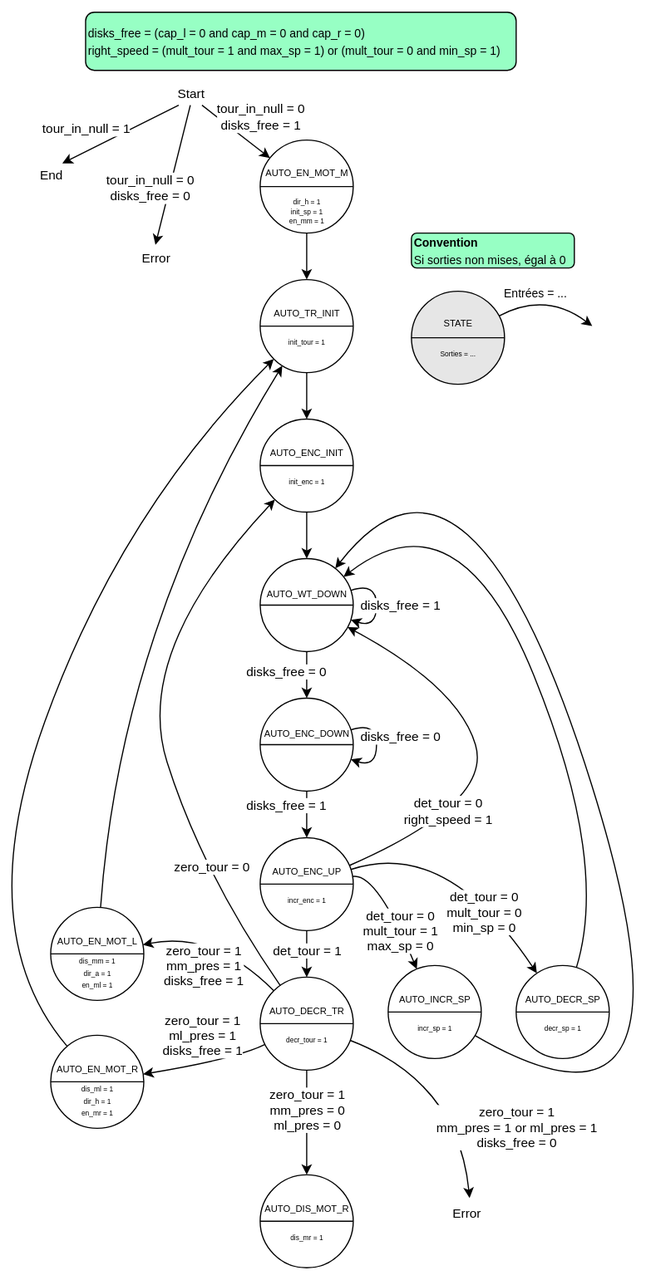
The draw.io diagram doc/images/state_auto_sequence.svg in Schokiiiiiiii/csn26, before a commit. Source tidied: cells renumbered, new cells last; positions are measured from the earlier drawing's top-left corner, leaving out a move shared by most shapes.
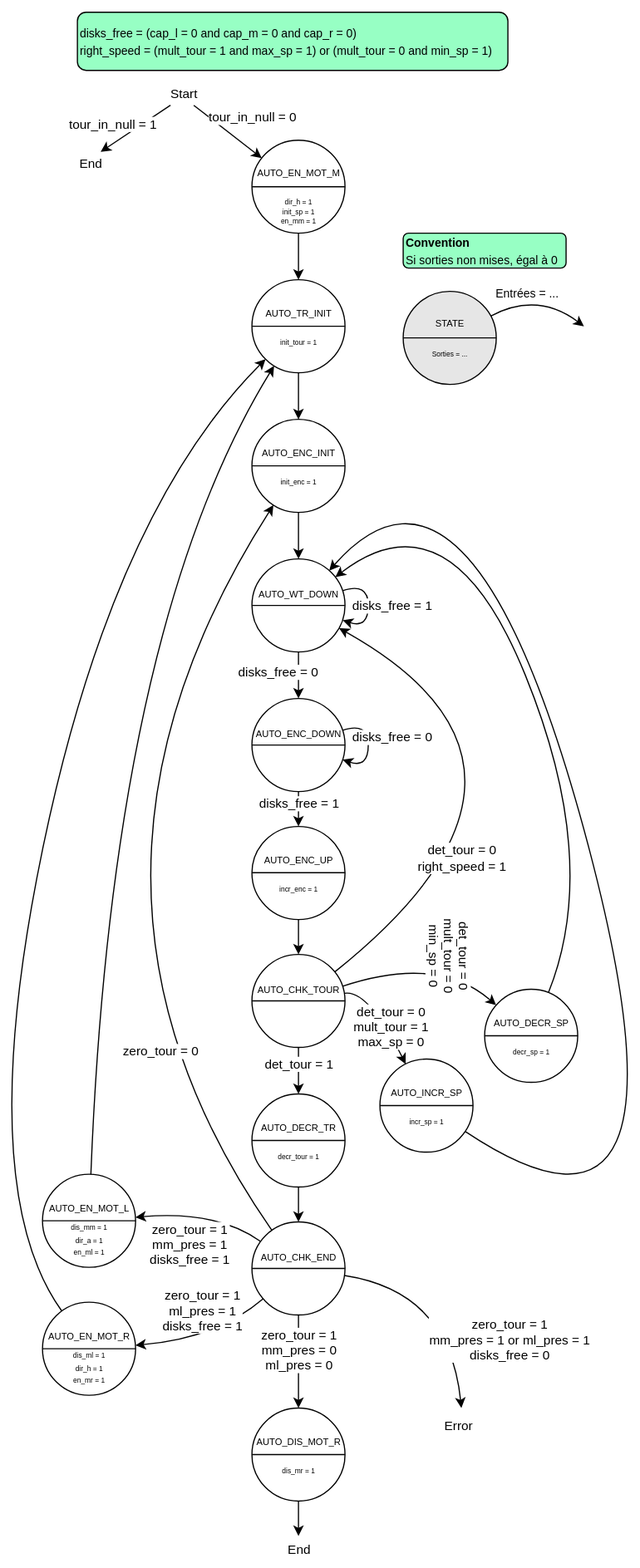
The same file after the commit.

Diff of the diagram source:
```diff
@@ -46,38 +46,22 @@
     <mxCell id="12" style="endArrow=classic;html=1;rounded=0;" parent="1" edge="1">
       <mxGeometry relative="1" as="geometry">
         <mxPoint x="180" y="80" as="sourcePoint" />
-        <mxPoint x="80" y="130" as="targetPoint" />
+        <mxPoint x="120" y="120" as="targetPoint" />
       </mxGeometry>
     </mxCell>
     <mxCell id="13" value="End" style="edgeLabel;html=1;align=center;verticalAlign=middle;" parent="12" vertex="1">
       <mxGeometry x="-0.03" y="-3" relative="1" as="geometry">
-        <mxPoint x="-60" y="38" as="offset" />
+        <mxPoint x="-39" y="33" as="offset" />
       </mxGeometry>
     </mxCell>
     <mxCell id="14" value="tour_in_null = 1" style="edgeLabel;html=1;align=center;verticalAlign=middle;" parent="12" vertex="1">
       <mxGeometry x="0.04" y="-2" relative="1" as="geometry">
-        <mxPoint x="-27" y="-4" as="offset" />
+        <mxPoint x="-18" y="-4" as="offset" />
       </mxGeometry>
     </mxCell>
-    <mxCell id="15" value="tour_in_null = 0&lt;br&gt;&lt;div&gt;disks_free = 1&lt;/div&gt;" style="edgeLabel;html=1;align=center;verticalAlign=middle;" parent="1" vertex="1">
+    <mxCell id="15" value="tour_in_null = 0" style="edgeLabel;html=1;align=center;verticalAlign=middle;" parent="1" vertex="1">
       <mxGeometry x="250" y="90" as="geometry" />
     </mxCell>
-    <mxCell id="16" style="endArrow=classic;html=1;rounded=0;" parent="1" edge="1">
-      <mxGeometry relative="1" as="geometry">
-        <mxPoint x="190" y="80" as="sourcePoint" />
-        <mxPoint x="160" y="200" as="targetPoint" />
-      </mxGeometry>
-    </mxCell>
-    <mxCell id="17" value="tour_in_null = 0&lt;div&gt;disks_free = 0&lt;/div&gt;" style="edgeLabel;html=1;align=center;verticalAlign=middle;" parent="16" vertex="1">
-      <mxGeometry x="-0.28" y="-2" relative="1" as="geometry">
-        <mxPoint x="-22" y="28" as="offset" />
-      </mxGeometry>
-    </mxCell>
-    <mxCell id="18" value="Error" style="edgeLabel;html=1;align=center;verticalAlign=middle;" parent="16" vertex="1">
-      <mxGeometry x="0.86" relative="1" as="geometry">
-        <mxPoint x="-2" y="19" as="offset" />
-      </mxGeometry>
-    </mxCell>
     <mxCell id="19" value="&lt;div style=&quot;line-height: 90%;&quot;&gt;&lt;span style=&quot;font-size: 8px; background-color: transparent; color: light-dark(rgb(0, 0, 0), rgb(255, 255, 255));&quot;&gt;AUTO_TR_INIT&lt;/span&gt;&lt;/div&gt;&lt;div style=&quot;line-height: 90%;&quot;&gt;&lt;span style=&quot;font-size: 8px; background-color: transparent; color: light-dark(rgb(0, 0, 0), rgb(255, 255, 255));&quot;&gt;&lt;br&gt;&lt;/span&gt;&lt;/div&gt;&lt;div style=&quot;line-height: 70%;&quot;&gt;&lt;span style=&quot;font-size: 6px;&quot;&gt;init_tour = 1&lt;/span&gt;&lt;/div&gt;" style="ellipse;whiteSpace=wrap;html=1;" parent="1" vertex="1">
       <mxGeometry x="250" y="230" width="80" height="80" as="geometry" />
     </mxCell>
@@ -96,44 +80,44 @@
     <mxCell id="24" style="endArrow=none;html=1;rounded=0;exitX=0;exitY=0.5;exitDx=0;exitDy=0;entryX=1;entryY=0.5;entryDx=0;entryDy=0;" parent="1" edge="1" source="23" target="23">
       <mxGeometry relative="1" as="geometry" />
     </mxCell>
-    <mxCell id="25" value="&lt;div style=&quot;line-height: 90%;&quot;&gt;&lt;span style=&quot;font-size: 8px;&quot;&gt;AUTO_ENC_UP&lt;/span&gt;&lt;/div&gt;&lt;div style=&quot;line-height: 90%;&quot;&gt;&lt;span style=&quot;font-size: 8px; background-color: transparent; color: light-dark(rgb(0, 0, 0), rgb(255, 255, 255));&quot;&gt;&lt;br&gt;&lt;/span&gt;&lt;/div&gt;&lt;div style=&quot;line-height: 70%;&quot;&gt;&lt;span style=&quot;font-size: 6px;&quot;&gt;incr_enc = 1&lt;/span&gt;&lt;/div&gt;" style="ellipse;whiteSpace=wrap;html=1;" parent="1" vertex="1">
-      <mxGeometry x="250" y="710" width="80" height="80" as="geometry" />
+    <mxCell id="25" value="&lt;div style=&quot;line-height: 90%;&quot;&gt;&lt;span style=&quot;font-size: 8px;&quot;&gt;AUTO_CHK_TOUR&lt;/span&gt;&lt;/div&gt;&lt;div style=&quot;line-height: 90%;&quot;&gt;&lt;span style=&quot;font-size: 8px; background-color: transparent; color: light-dark(rgb(0, 0, 0), rgb(255, 255, 255));&quot;&gt;&lt;br&gt;&lt;/span&gt;&lt;/div&gt;&lt;div style=&quot;line-height: 70%;&quot;&gt;&lt;br&gt;&lt;/div&gt;" style="ellipse;whiteSpace=wrap;html=1;" parent="1" vertex="1">
+      <mxGeometry x="250" y="810" width="80" height="80" as="geometry" />
     </mxCell>
     <mxCell id="26" style="endArrow=none;html=1;rounded=0;exitX=0;exitY=0.5;exitDx=0;exitDy=0;entryX=1;entryY=0.5;entryDx=0;entryDy=0;" parent="1" edge="1" source="25" target="25">
       <mxGeometry relative="1" as="geometry" />
     </mxCell>
-    <mxCell id="27" value="&lt;div style=&quot;line-height: 90%;&quot;&gt;&lt;span style=&quot;font-size: 8px;&quot;&gt;AUTO_DECR_TR&lt;/span&gt;&lt;/div&gt;&lt;div style=&quot;line-height: 90%;&quot;&gt;&lt;span style=&quot;font-size: 8px; background-color: transparent; color: light-dark(rgb(0, 0, 0), rgb(255, 255, 255));&quot;&gt;&lt;br&gt;&lt;/span&gt;&lt;/div&gt;&lt;div style=&quot;line-height: 70%;&quot;&gt;&lt;span style=&quot;font-size: 6px;&quot;&gt;decr_tour = 1&lt;/span&gt;&lt;/div&gt;" style="ellipse;whiteSpace=wrap;html=1;" parent="1" vertex="1">
-      <mxGeometry x="250" y="830" width="80" height="80" as="geometry" />
+    <mxCell id="27" value="&lt;div style=&quot;line-height: 90%;&quot;&gt;&lt;span style=&quot;font-size: 8px;&quot;&gt;AUTO_CHK_END&lt;/span&gt;&lt;/div&gt;&lt;div style=&quot;line-height: 90%;&quot;&gt;&lt;span style=&quot;font-size: 8px; background-color: transparent; color: light-dark(rgb(0, 0, 0), rgb(255, 255, 255));&quot;&gt;&lt;br&gt;&lt;/span&gt;&lt;/div&gt;&lt;div style=&quot;line-height: 70%;&quot;&gt;&lt;br&gt;&lt;/div&gt;" style="ellipse;whiteSpace=wrap;html=1;" parent="1" vertex="1">
+      <mxGeometry x="250" y="1040" width="80" height="80" as="geometry" />
     </mxCell>
     <mxCell id="28" style="endArrow=none;html=1;rounded=0;exitX=0;exitY=0.5;exitDx=0;exitDy=0;entryX=1;entryY=0.5;entryDx=0;entryDy=0;" parent="1" edge="1" source="27" target="27">
       <mxGeometry relative="1" as="geometry" />
     </mxCell>
     <mxCell id="29" value="&lt;div style=&quot;line-height: 90%;&quot;&gt;&lt;span style=&quot;font-size: 8px;&quot;&gt;AUTO_INCR_SP&lt;/span&gt;&lt;/div&gt;&lt;div style=&quot;line-height: 90%;&quot;&gt;&lt;span style=&quot;font-size: 8px; background-color: transparent; color: light-dark(rgb(0, 0, 0), rgb(255, 255, 255));&quot;&gt;&lt;br&gt;&lt;/span&gt;&lt;/div&gt;&lt;div style=&quot;line-height: 70%;&quot;&gt;&lt;span style=&quot;font-size: 6px;&quot;&gt;incr_sp = 1&lt;/span&gt;&lt;/div&gt;" style="ellipse;whiteSpace=wrap;html=1;" parent="1" vertex="1">
-      <mxGeometry x="360" y="820" width="80" height="80" as="geometry" />
+      <mxGeometry x="360" y="900" width="80" height="80" as="geometry" />
     </mxCell>
     <mxCell id="30" style="endArrow=none;html=1;rounded=0;exitX=0;exitY=0.5;exitDx=0;exitDy=0;entryX=1;entryY=0.5;entryDx=0;entryDy=0;" parent="1" edge="1" source="29" target="29">
       <mxGeometry relative="1" as="geometry" />
     </mxCell>
     <mxCell id="31" value="&lt;div style=&quot;line-height: 90%;&quot;&gt;&lt;span style=&quot;font-size: 8px;&quot;&gt;AUTO_DECR_SP&lt;/span&gt;&lt;/div&gt;&lt;div style=&quot;line-height: 90%;&quot;&gt;&lt;span style=&quot;font-size: 8px; background-color: transparent; color: light-dark(rgb(0, 0, 0), rgb(255, 255, 255));&quot;&gt;&lt;br&gt;&lt;/span&gt;&lt;/div&gt;&lt;div style=&quot;line-height: 70%;&quot;&gt;&lt;span style=&quot;font-size: 6px;&quot;&gt;decr_sp = 1&lt;/span&gt;&lt;/div&gt;" style="ellipse;whiteSpace=wrap;html=1;" parent="1" vertex="1">
-      <mxGeometry x="470" y="820" width="80" height="80" as="geometry" />
+      <mxGeometry x="450" y="840" width="80" height="80" as="geometry" />
     </mxCell>
     <mxCell id="32" style="endArrow=none;html=1;rounded=0;exitX=0;exitY=0.5;exitDx=0;exitDy=0;entryX=1;entryY=0.5;entryDx=0;entryDy=0;" parent="1" edge="1" source="31" target="31">
       <mxGeometry relative="1" as="geometry" />
     </mxCell>
     <mxCell id="33" value="&lt;div style=&quot;line-height: 90%;&quot;&gt;&lt;span style=&quot;font-size: 8px;&quot;&gt;AUTO_DIS_MOT_R&lt;/span&gt;&lt;/div&gt;&lt;div style=&quot;line-height: 90%;&quot;&gt;&lt;span style=&quot;font-size: 8px; background-color: transparent; color: light-dark(rgb(0, 0, 0), rgb(255, 255, 255));&quot;&gt;&lt;br&gt;&lt;/span&gt;&lt;/div&gt;&lt;div style=&quot;line-height: 70%;&quot;&gt;&lt;span style=&quot;font-size: 6px;&quot;&gt;dis_mr = 1&lt;/span&gt;&lt;/div&gt;" style="ellipse;whiteSpace=wrap;html=1;" parent="1" vertex="1">
-      <mxGeometry x="250" y="1000" width="80" height="80" as="geometry" />
+      <mxGeometry x="250" y="1200" width="80" height="80" as="geometry" />
     </mxCell>
     <mxCell id="34" style="endArrow=none;html=1;rounded=0;exitX=0;exitY=0.5;exitDx=0;exitDy=0;entryX=1;entryY=0.5;entryDx=0;entryDy=0;" parent="1" edge="1" source="33" target="33">
       <mxGeometry relative="1" as="geometry" />
     </mxCell>
     <mxCell id="35" value="&lt;div style=&quot;line-height: 90%;&quot;&gt;&lt;br&gt;&lt;/div&gt;&lt;div style=&quot;line-height: 90%;&quot;&gt;&lt;div style=&quot;line-height: 10.8px;&quot;&gt;&lt;span style=&quot;font-size: 8px; line-height: 20px;&quot;&gt;AUTO_EN_MOT_R&lt;/span&gt;&lt;/div&gt;&lt;div style=&quot;line-height: 8.4px;&quot;&gt;&lt;span style=&quot;font-size: 6px;&quot;&gt;dis_ml = 1&lt;/span&gt;&lt;/div&gt;&lt;div style=&quot;line-height: 8.4px;&quot;&gt;&lt;span style=&quot;font-size: 6px;&quot;&gt;dir_h = 1&lt;/span&gt;&lt;/div&gt;&lt;div style=&quot;line-height: 8.4px;&quot;&gt;&lt;span style=&quot;font-size: 6px;&quot;&gt;en_mr = 1&lt;/span&gt;&lt;/div&gt;&lt;/div&gt;" style="ellipse;whiteSpace=wrap;html=1;" parent="1" vertex="1">
-      <mxGeometry x="70" y="880" width="80" height="80" as="geometry" />
+      <mxGeometry x="70" y="1109" width="80" height="80" as="geometry" />
     </mxCell>
     <mxCell id="36" style="endArrow=none;html=1;rounded=0;exitX=0;exitY=0.5;exitDx=0;exitDy=0;entryX=1;entryY=0.5;entryDx=0;entryDy=0;" parent="1" edge="1" source="35" target="35">
       <mxGeometry relative="1" as="geometry" />
     </mxCell>
     <mxCell id="37" value="&lt;div style=&quot;line-height: 90%;&quot;&gt;&lt;br&gt;&lt;/div&gt;&lt;div style=&quot;line-height: 90%;&quot;&gt;&lt;span style=&quot;font-size: 8px; line-height: 250%;&quot;&gt;AUTO_EN_MOT_L&lt;/span&gt;&lt;/div&gt;&lt;div style=&quot;line-height: 70%;&quot;&gt;&lt;span style=&quot;font-size: 6px;&quot;&gt;dis_mm = 1&lt;/span&gt;&lt;/div&gt;&lt;div style=&quot;line-height: 70%;&quot;&gt;&lt;span style=&quot;font-size: 6px;&quot;&gt;dir_a = 1&lt;/span&gt;&lt;/div&gt;&lt;div style=&quot;line-height: 70%;&quot;&gt;&lt;span style=&quot;font-size: 6px;&quot;&gt;en_ml = 1&lt;/span&gt;&lt;/div&gt;" style="ellipse;whiteSpace=wrap;html=1;" parent="1" vertex="1">
-      <mxGeometry x="70" y="770" width="80" height="80" as="geometry" />
+      <mxGeometry x="70" y="999" width="80" height="80" as="geometry" />
     </mxCell>
     <mxCell id="38" style="endArrow=none;html=1;rounded=0;exitX=0;exitY=0.5;exitDx=0;exitDy=0;entryX=1;entryY=0.5;entryDx=0;entryDy=0;elbow=horizontal;" parent="1" edge="1" source="37" target="37">
       <mxGeometry relative="1" as="geometry" />
@@ -156,36 +140,39 @@
         <mxPoint x="25" as="offset" />
       </mxGeometry>
     </mxCell>
-    <mxCell id="43" style="endArrow=classic;html=1;rounded=0;" parent="1" edge="1" source="23" target="25">
-      <mxGeometry relative="1" as="geometry" />
+    <mxCell id="43" style="endArrow=classic;html=1;rounded=0;" parent="1" edge="1" target="25">
+      <mxGeometry relative="1" as="geometry">
+        <mxPoint x="290" y="770" as="sourcePoint" />
+      </mxGeometry>
     </mxCell>
-    <mxCell id="44" style="endArrow=classic;html=1;rounded=0;" parent="1" edge="1" source="25" target="27">
-      <mxGeometry relative="1" as="geometry" />
+    <mxCell id="44" style="endArrow=classic;html=1;rounded=0;" parent="1" edge="1" target="27">
+      <mxGeometry relative="1" as="geometry">
+        <mxPoint x="290" y="970" as="sourcePoint" />
+      </mxGeometry>
     </mxCell>
-    <mxCell id="45" value="det_tour = 1" style="edgeLabel;html=1;align=center;verticalAlign=middle;" parent="44" vertex="1">
-      <mxGeometry x="-0.17" relative="1" as="geometry" />
-    </mxCell>
     <mxCell id="46" style="curved=1;endArrow=classic;html=1;rounded=0;" parent="1" edge="1" source="25" target="29">
       <mxGeometry relative="1" as="geometry">
         <Array as="points">
-          <mxPoint x="350" y="740" />
+          <mxPoint x="350" y="840" />
         </Array>
       </mxGeometry>
     </mxCell>
     <mxCell id="47" value="&lt;div&gt;det_tour = 0&lt;/div&gt;mult_tour = 1&lt;br&gt;&lt;div&gt;max_sp = 0&lt;/div&gt;" style="edgeLabel;html=1;align=center;verticalAlign=middle;" parent="46" vertex="1">
       <mxGeometry x="0.02" y="-5" relative="1" as="geometry">
-        <mxPoint x="11" y="15" as="offset" />
+        <mxPoint x="11" y="5" as="offset" />
       </mxGeometry>
     </mxCell>
     <mxCell id="48" style="curved=1;endArrow=classic;html=1;rounded=0;" parent="1" edge="1" source="25" target="31">
       <mxGeometry relative="1" as="geometry">
         <Array as="points">
-          <mxPoint x="410" y="710" />
+          <mxPoint x="410" y="810" />
         </Array>
       </mxGeometry>
     </mxCell>
-    <mxCell id="49" value="&lt;div&gt;det_tour = 0&lt;/div&gt;&lt;div&gt;mult_tour = 0&lt;/div&gt;&lt;div&gt;min_sp = 0&lt;/div&gt;" style="edgeLabel;html=1;align=center;verticalAlign=middle;" parent="48" vertex="1">
-      <mxGeometry x="0.39" y="-9" relative="1" as="geometry" />
+    <mxCell id="49" value="&lt;div&gt;det_tour = 0&lt;/div&gt;&lt;div&gt;mult_tour = 0&lt;/div&gt;&lt;div&gt;min_sp = 0&lt;/div&gt;" style="edgeLabel;html=1;align=center;verticalAlign=middle;rotation=90;" parent="48" vertex="1">
+      <mxGeometry x="0.39" y="-9" relative="1" as="geometry">
+        <mxPoint x="1" y="-19" as="offset" />
+      </mxGeometry>
     </mxCell>
     <mxCell id="50" value="&lt;div style=&quot;line-height: 90%;&quot;&gt;&lt;span style=&quot;font-size: 8px;&quot;&gt;AUTO_WT_DOWN&lt;/span&gt;&lt;/div&gt;&lt;div style=&quot;line-height: 90%;&quot;&gt;&lt;span style=&quot;font-size: 8px; background-color: transparent; color: light-dark(rgb(0, 0, 0), rgb(255, 255, 255));&quot;&gt;&lt;br&gt;&lt;/span&gt;&lt;/div&gt;&lt;div style=&quot;line-height: 70%;&quot;&gt;&lt;br&gt;&lt;/div&gt;" style="ellipse;whiteSpace=wrap;html=1;" parent="1" vertex="1">
       <mxGeometry x="250" y="470" width="80" height="80" as="geometry" />
@@ -214,8 +201,7 @@
     <mxCell id="56" style="curved=1;endArrow=classic;html=1;rounded=0;" parent="1" edge="1" source="25" target="50">
       <mxGeometry relative="1" as="geometry">
         <Array as="points">
-          <mxPoint x="450" y="680" />
-          <mxPoint x="420" y="580" />
+          <mxPoint x="540" y="650" />
         </Array>
       </mxGeometry>
     </mxCell>
@@ -230,8 +216,8 @@
     <mxCell id="59" style="curved=1;endArrow=classic;html=1;rounded=0;" parent="1" edge="1" source="29" target="50">
       <mxGeometry relative="1" as="geometry">
         <Array as="points">
-          <mxPoint x="640" y="1000" />
-          <mxPoint x="430" y="330" />
+          <mxPoint x="640" y="1100" />
+          <mxPoint x="440" y="340" />
         </Array>
       </mxGeometry>
     </mxCell>
@@ -246,8 +232,7 @@
     <mxCell id="61" style="curved=1;endArrow=classic;html=1;rounded=0;" parent="1" edge="1" source="27" target="21">
       <mxGeometry relative="1" as="geometry">
         <Array as="points">
-          <mxPoint x="200" y="740" />
-          <mxPoint x="140" y="550" />
+          <mxPoint x="60" y="750" />
         </Array>
       </mxGeometry>
     </mxCell>
@@ -263,7 +248,7 @@
     <mxCell id="65" style="curved=1;endArrow=classic;html=1;rounded=0;" parent="1" edge="1" source="27" target="35">
       <mxGeometry relative="1" as="geometry">
         <Array as="points">
-          <mxPoint x="230" y="900" />
+          <mxPoint x="220" y="1140" />
         </Array>
       </mxGeometry>
     </mxCell>
@@ -275,7 +260,7 @@
     <mxCell id="67" style="curved=1;endArrow=classic;html=1;rounded=0;" parent="1" edge="1" source="27" target="37">
       <mxGeometry relative="1" as="geometry">
         <Array as="points">
-          <mxPoint x="210" y="790" />
+          <mxPoint x="220" y="1030" />
         </Array>
       </mxGeometry>
     </mxCell>
@@ -294,7 +279,7 @@
     <mxCell id="70" style="curved=1;endArrow=classic;html=1;rounded=0;" parent="1" edge="1" source="35" target="19">
       <mxGeometry relative="1" as="geometry">
         <Array as="points">
-          <mxPoint y="790" />
+          <mxPoint x="10" y="1010" />
           <mxPoint x="130" y="430" />
         </Array>
       </mxGeometry>
@@ -304,16 +289,11 @@
         <mxPoint x="2" y="2" as="offset" />
       </mxGeometry>
     </mxCell>
-    <mxCell id="72" value="disks_free = 1" style="edgeLabel;html=1;align=center;verticalAlign=middle;" parent="1" vertex="1">
-      <mxGeometry x="270" y="680" as="geometry">
-        <mxPoint x="2" y="2" as="offset" />
-      </mxGeometry>
-    </mxCell>
     <mxCell id="73" style="curved=1;endArrow=classic;html=1;rounded=0;" parent="1" edge="1" source="27">
       <mxGeometry relative="1" as="geometry">
-        <mxPoint x="430" y="1020" as="targetPoint" />
+        <mxPoint x="430" y="1200" as="targetPoint" />
         <Array as="points">
-          <mxPoint x="420" y="920" />
+          <mxPoint x="420" y="1100" />
         </Array>
       </mxGeometry>
     </mxCell>
@@ -327,5 +307,42 @@
         <mxPoint x="56" y="-11" as="offset" />
       </mxGeometry>
     </mxCell>
+    <mxCell id="76" value="&lt;div style=&quot;line-height: 90%;&quot;&gt;&lt;span style=&quot;font-size: 8px;&quot;&gt;AUTO_ENC_UP&lt;/span&gt;&lt;/div&gt;&lt;div style=&quot;line-height: 90%;&quot;&gt;&lt;span style=&quot;font-size: 8px; background-color: transparent; color: light-dark(rgb(0, 0, 0), rgb(255, 255, 255));&quot;&gt;&lt;br&gt;&lt;/span&gt;&lt;/div&gt;&lt;div style=&quot;line-height: 70%;&quot;&gt;&lt;span style=&quot;font-size: 6px;&quot;&gt;incr_enc = 1&lt;/span&gt;&lt;/div&gt;" style="ellipse;whiteSpace=wrap;html=1;" parent="1" vertex="1">
+      <mxGeometry x="250" y="700" width="80" height="80" as="geometry" />
+    </mxCell>
+    <mxCell id="77" style="endArrow=classic;html=1;rounded=0;" parent="1" edge="1" source="23" target="76">
+      <mxGeometry relative="1" as="geometry" />
+    </mxCell>
+    <mxCell id="72" value="disks_free = 1" style="edgeLabel;html=1;align=center;verticalAlign=middle;" parent="77" vertex="1">
+      <mxGeometry x="-0.37" relative="1" as="geometry" />
+    </mxCell>
+    <mxCell id="78" style="endArrow=none;html=1;rounded=0;exitX=0;exitY=0.5;exitDx=0;exitDy=0;entryX=1;entryY=0.5;entryDx=0;entryDy=0;" parent="1" edge="1">
+      <mxGeometry relative="1" as="geometry">
+        <mxPoint x="250" y="739.8" as="sourcePoint" />
+        <mxPoint x="330" y="739.8" as="targetPoint" />
+      </mxGeometry>
+    </mxCell>
+    <mxCell id="79" value="&lt;div style=&quot;line-height: 90%;&quot;&gt;&lt;span style=&quot;font-size: 8px;&quot;&gt;AUTO_DECR_TR&lt;/span&gt;&lt;/div&gt;&lt;div style=&quot;line-height: 90%;&quot;&gt;&lt;span style=&quot;font-size: 8px; background-color: transparent; color: light-dark(rgb(0, 0, 0), rgb(255, 255, 255));&quot;&gt;&lt;br&gt;&lt;/span&gt;&lt;/div&gt;&lt;div style=&quot;line-height: 70%;&quot;&gt;&lt;span style=&quot;font-size: 6px;&quot;&gt;decr_tour = 1&lt;/span&gt;&lt;/div&gt;" style="ellipse;whiteSpace=wrap;html=1;" parent="1" vertex="1">
+      <mxGeometry x="250" y="930" width="80" height="80" as="geometry" />
+    </mxCell>
+    <mxCell id="80" style="endArrow=none;html=1;rounded=0;exitX=0;exitY=0.5;exitDx=0;exitDy=0;entryX=1;entryY=0.5;entryDx=0;entryDy=0;" parent="1" edge="1" source="79" target="79">
+      <mxGeometry relative="1" as="geometry" />
+    </mxCell>
+    <mxCell id="81" style="endArrow=classic;html=1;rounded=0;" parent="1" edge="1" source="25" target="79">
+      <mxGeometry relative="1" as="geometry" />
+    </mxCell>
+    <mxCell id="45" value="det_tour = 1" style="edgeLabel;html=1;align=center;verticalAlign=middle;" parent="81" vertex="1">
+      <mxGeometry x="-0.34" relative="1" as="geometry" />
+    </mxCell>
+    <mxCell id="82" style="endArrow=classic;html=1;rounded=0;" parent="1" edge="1" source="33">
+      <mxGeometry relative="1" as="geometry">
+        <mxPoint x="290" y="1310" as="targetPoint" />
+      </mxGeometry>
+    </mxCell>
+    <mxCell id="83" value="End" style="edgeLabel;html=1;align=center;verticalAlign=middle;" parent="82" vertex="1">
+      <mxGeometry x="-0.13" y="-1" relative="1" as="geometry">
+        <mxPoint x="1" y="27" as="offset" />
+      </mxGeometry>
+    </mxCell>
   </root>
 </mxGraphModel>
```
